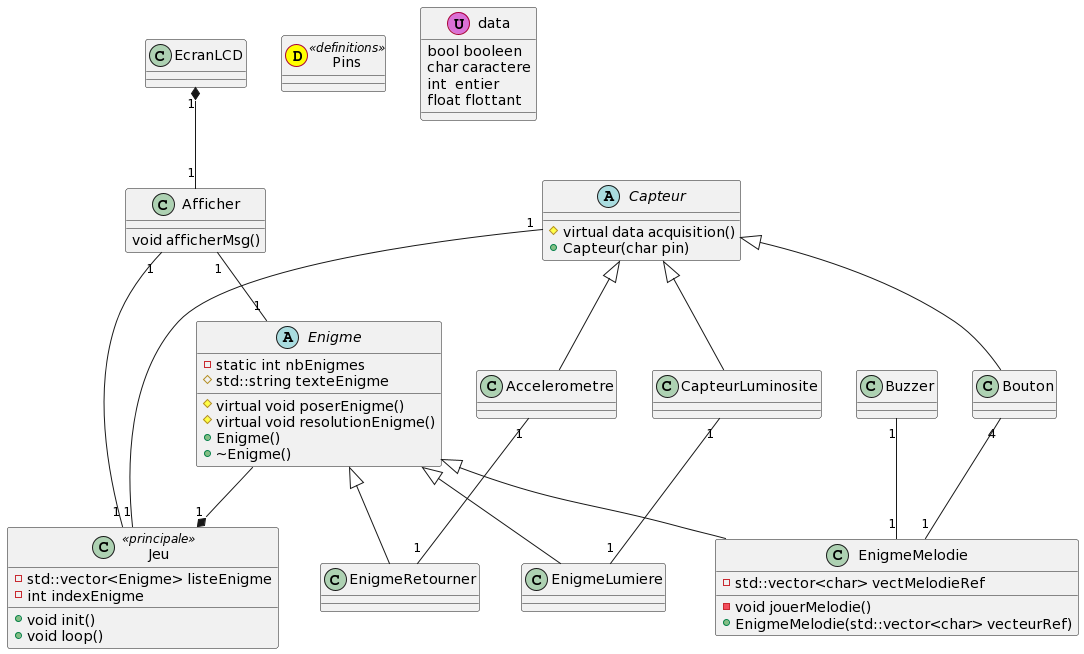
G-DeFreitas/BE_CPP keeps this PlantUML diagram as dclass.png. Above is the earlier version. The source it was exported from:
```plantuml
@startuml
class Jeu  << principale >> {
- std::vector<Enigme> listeEnigme
- int indexEnigme
+void init()
+void loop()
}

class Pins << (D,yellow) >> <<definitions>>

abstract class Enigme {
-static int nbEnigmes
#std::string texteEnigme
#virtual void poserEnigme()
#virtual void resolutionEnigme()
+Enigme()
+~Enigme()
}

class EnigmeMelodie{
-void jouerMelodie()
-std::vector<char> vectMelodieRef
+ EnigmeMelodie(std::vector<char> vecteurRef)
}
class EnigmeRetourner
class EnigmeLumiere

abstract class Capteur {
#virtual data acquisition()
+Capteur(char pin)
}

class Bouton
class Accelerometre
class CapteurLuminosite

class Afficher {
void afficherMsg()
}

class EcranLCD
class Buzzer

class data << (U,orchid) >> {
bool booleen
char caractere
int  entier
float flottant
}

Jeu "1" *-up- " " Enigme
Jeu "1" -up- "1" Capteur
Jeu "1" -up- "1" Afficher
Enigme "1" -up- "1" Afficher

Enigme <|-down- EnigmeMelodie
Enigme <|-down- EnigmeRetourner
Enigme <|-down- EnigmeLumiere

EnigmeRetourner "1" -up- "1"  Accelerometre
EnigmeMelodie     "1" -up- "4"  Bouton
EnigmeMelodie     "1" -up- "1"  Buzzer
EnigmeLumiere   "1" -up- "1"  CapteurLuminosite

EcranLCD "1" *-down- "1" Afficher

Capteur <|-down- Bouton
Capteur <|-down- Accelerometre
Capteur <|-down- CapteurLuminosite
@enduml
```
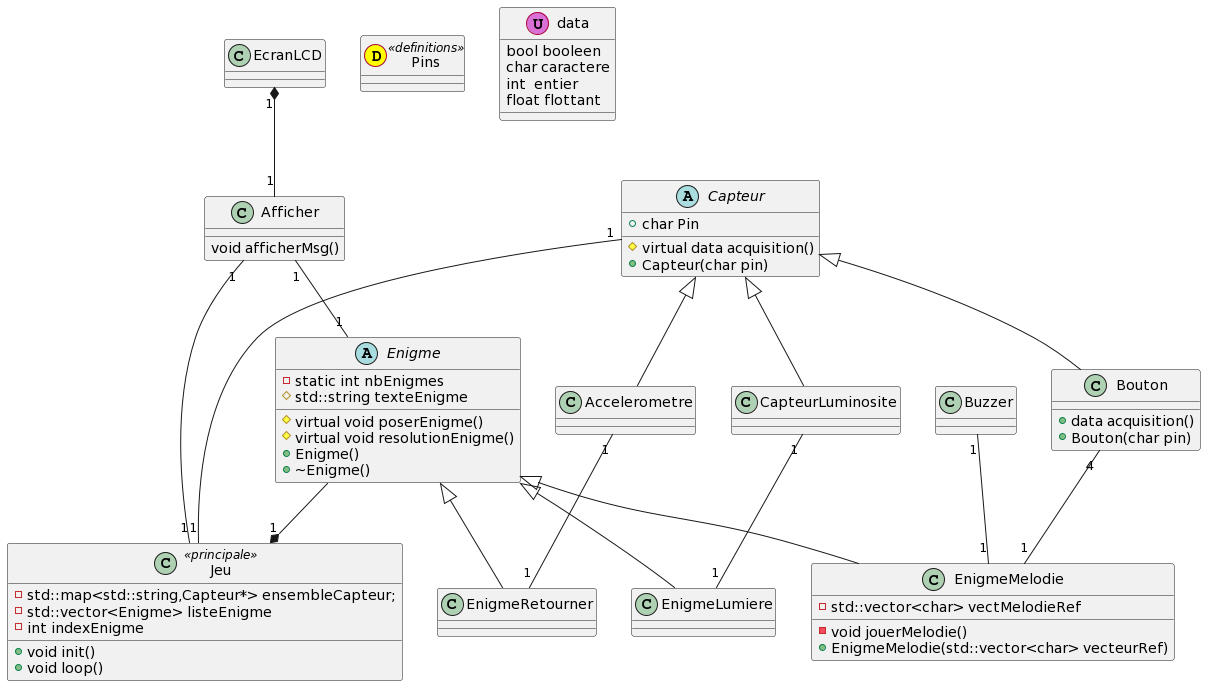
Above is the later version.

Commit message:
update diagramme class

What changed in the source:
```diff
@@ -1,5 +1,6 @@
 @startuml
 class Jeu  << principale >> {
+- std::map<std::string,Capteur*> ensembleCapteur;
 - std::vector<Enigme> listeEnigme
 - int indexEnigme
 +void init()
@@ -26,11 +27,15 @@
 class EnigmeLumiere
 
 abstract class Capteur {
++char Pin
 #virtual data acquisition()
 +Capteur(char pin)
 }
 
-class Bouton
+class Bouton {
++data acquisition()
++Bouton(char pin)
+}
 class Accelerometre
 class CapteurLuminosite
 
```
